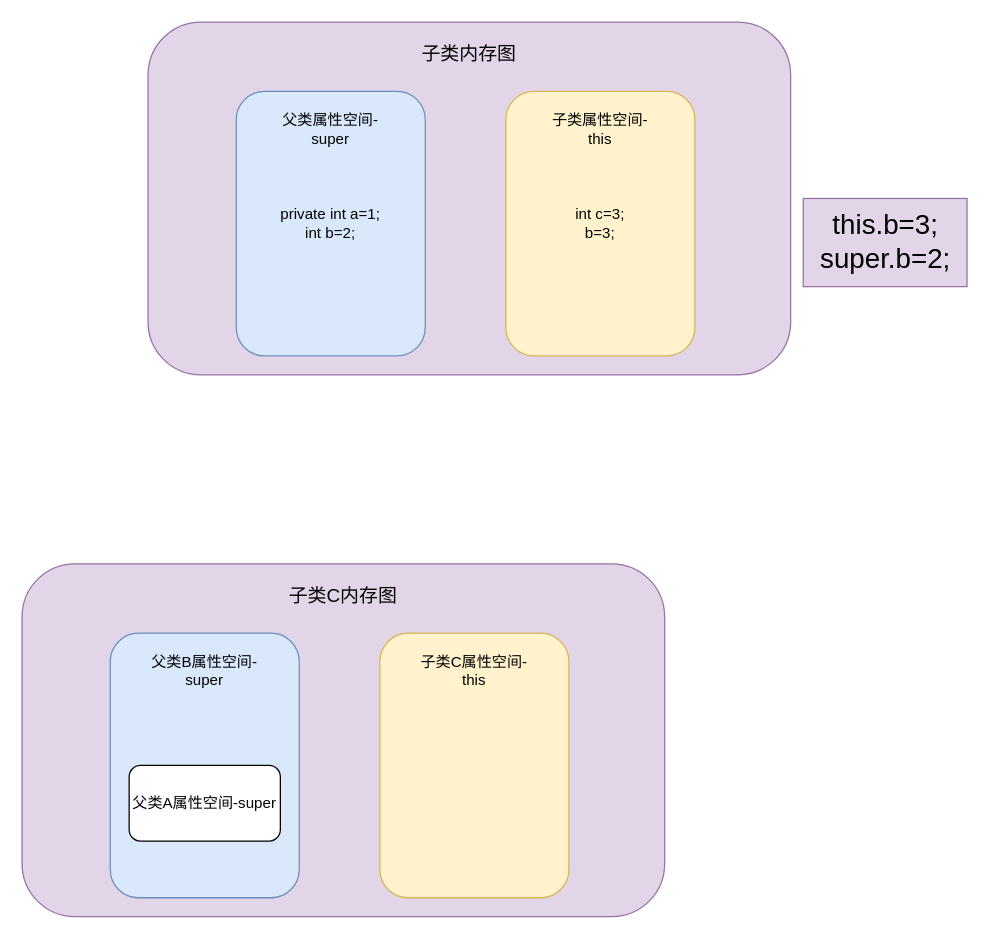
Earlier version of the draw.io diagram 未命名绘图.drawio (simeixue/drawGraph). Source tidied: cells renumbered, new cells numbered last; positions are measured from the earlier drawing's top-left corner, leaving out a move shared by most shapes. Both pictures are drawn from the tidied source at 126%, with x=0, y=0 at pixel (21, 21).
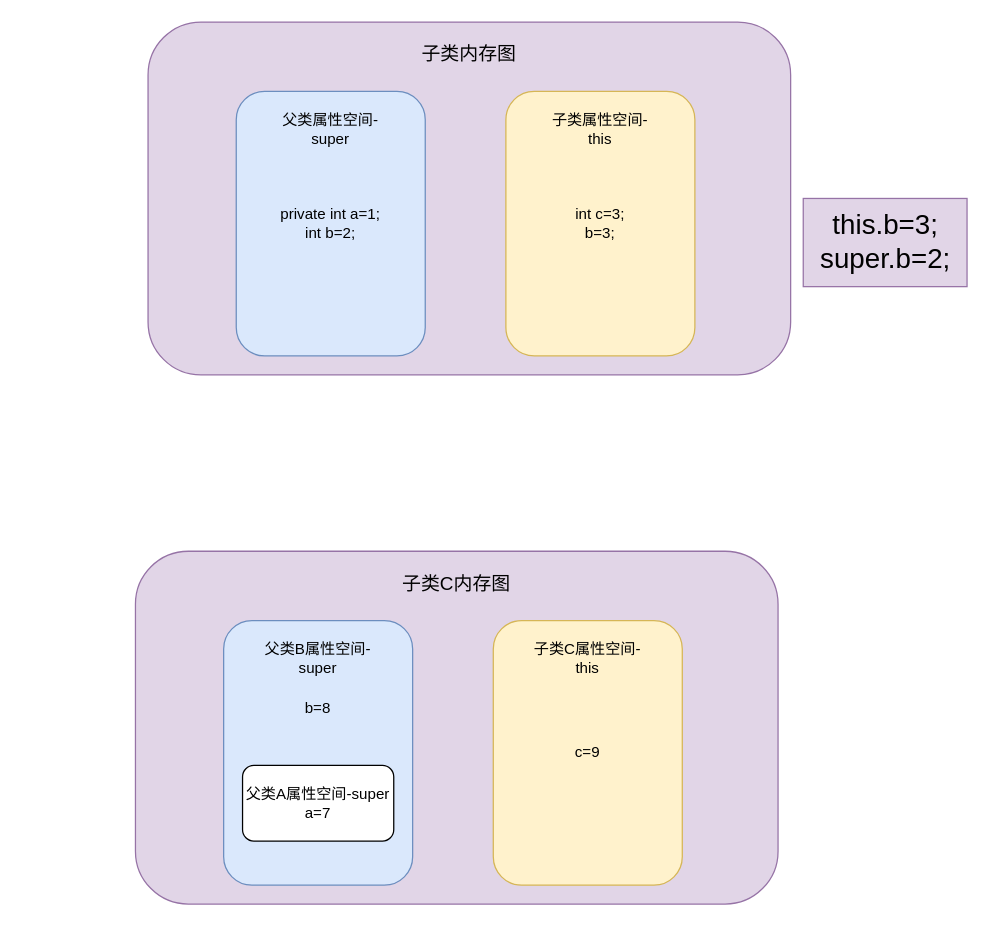
After the change.

Change to the diagram source:
```diff
@@
 <mxGraphModel>
   <root>
     <mxCell id="0" />
     <mxCell id="1" parent="0" />
     <mxCell id="2" style="rounded=1;whiteSpace=wrap;html=1;fillColor=#e1d5e7;strokeColor=#9673a6;" parent="1" vertex="1">
       <mxGeometry x="100" width="510" height="280" as="geometry" />
     </mxCell>
     <mxCell id="3" value="private int a=1;&lt;br&gt;int b=2;" style="rounded=1;whiteSpace=wrap;html=1;fillColor=#dae8fc;strokeColor=#6c8ebf;" parent="1" vertex="1">
       <mxGeometry x="170" y="55" width="150" height="210" as="geometry" />
     </mxCell>
     <mxCell id="4" value="int c=3;&lt;br&gt;b=3;" style="rounded=1;whiteSpace=wrap;html=1;fillColor=#fff2cc;strokeColor=#d6b656;" parent="1" vertex="1">
       <mxGeometry x="384" y="55" width="150" height="210" as="geometry" />
     </mxCell>
     <mxCell id="5" value="&lt;font style=&quot;font-size: 15px;&quot;&gt;子类内存图&lt;/font&gt;" style="text;html=1;strokeColor=none;fillColor=none;align=center;verticalAlign=middle;whiteSpace=wrap;rounded=0;" parent="1" vertex="1">
       <mxGeometry x="300" y="10" width="110" height="30" as="geometry" />
     </mxCell>
     <mxCell id="6" value="父类属性空间-super" style="text;html=1;strokeColor=none;fillColor=none;align=center;verticalAlign=middle;whiteSpace=wrap;rounded=0;" parent="1" vertex="1">
       <mxGeometry x="200" y="70" width="90" height="30" as="geometry" />
     </mxCell>
     <mxCell id="7" value="子类属性空间-this" style="text;html=1;strokeColor=none;fillColor=none;align=center;verticalAlign=middle;whiteSpace=wrap;rounded=0;" parent="1" vertex="1">
       <mxGeometry x="414" y="70" width="90" height="30" as="geometry" />
     </mxCell>
     <mxCell id="8" value="&lt;font style=&quot;font-size: 22px;&quot;&gt;this.b=3;&lt;br&gt;super.b=2;&lt;/font&gt;" style="text;html=1;align=center;verticalAlign=middle;strokeColor=#9673a6;fillColor=#e1d5e7;" parent="1" vertex="1">
       <mxGeometry x="620" y="140" width="130" height="70" as="geometry" />
     </mxCell>
     <mxCell id="9" style="rounded=1;whiteSpace=wrap;html=1;fillColor=#e1d5e7;strokeColor=#9673a6;" parent="1" vertex="1">
-      <mxGeometry y="430" width="510" height="280" as="geometry" />
+      <mxGeometry x="90" y="420" width="510" height="280" as="geometry" />
     </mxCell>
     <mxCell id="10" style="rounded=1;whiteSpace=wrap;html=1;fillColor=#dae8fc;strokeColor=#6c8ebf;" parent="1" vertex="1">
-      <mxGeometry x="70" y="485" width="150" height="210" as="geometry" />
+      <mxGeometry x="160" y="475" width="150" height="210" as="geometry" />
     </mxCell>
-    <mxCell id="11" style="rounded=1;whiteSpace=wrap;html=1;fillColor=#fff2cc;strokeColor=#d6b656;" parent="1" vertex="1">
-      <mxGeometry x="284" y="485" width="150" height="210" as="geometry" />
+    <mxCell id="11" value="c=9" style="rounded=1;whiteSpace=wrap;html=1;fillColor=#fff2cc;strokeColor=#d6b656;" parent="1" vertex="1">
+      <mxGeometry x="374" y="475" width="150" height="210" as="geometry" />
     </mxCell>
     <mxCell id="12" value="&lt;font style=&quot;font-size: 15px;&quot;&gt;子类C内存图&lt;/font&gt;" style="text;html=1;strokeColor=none;fillColor=none;align=center;verticalAlign=middle;whiteSpace=wrap;rounded=0;" parent="1" vertex="1">
-      <mxGeometry x="200" y="440" width="110" height="30" as="geometry" />
+      <mxGeometry x="290" y="430" width="110" height="30" as="geometry" />
     </mxCell>
     <mxCell id="13" value="父类B属性空间-super" style="text;html=1;strokeColor=none;fillColor=none;align=center;verticalAlign=middle;whiteSpace=wrap;rounded=0;" parent="1" vertex="1">
-      <mxGeometry x="100" y="500" width="90" height="30" as="geometry" />
+      <mxGeometry x="190" y="490" width="90" height="30" as="geometry" />
     </mxCell>
     <mxCell id="14" value="子类C属性空间-this" style="text;html=1;strokeColor=none;fillColor=none;align=center;verticalAlign=middle;whiteSpace=wrap;rounded=0;" parent="1" vertex="1">
-      <mxGeometry x="314" y="500" width="90" height="30" as="geometry" />
+      <mxGeometry x="404" y="490" width="90" height="30" as="geometry" />
     </mxCell>
-    <mxCell id="15" value="父类A属性空间-super" style="rounded=1;whiteSpace=wrap;html=1;" parent="1" vertex="1">
-      <mxGeometry x="85" y="590" width="120" height="60" as="geometry" />
+    <mxCell id="15" value="父类A属性空间-super&lt;br&gt;a=7" style="rounded=1;whiteSpace=wrap;html=1;" parent="1" vertex="1">
+      <mxGeometry x="175" y="590" width="120" height="60" as="geometry" />
     </mxCell>
+    <mxCell id="16" value="b=8" style="text;html=1;strokeColor=none;fillColor=none;align=center;verticalAlign=middle;whiteSpace=wrap;rounded=0;" parent="1" vertex="1">
+      <mxGeometry x="205" y="530" width="60" height="30" as="geometry" />
+    </mxCell>
   </root>
 </mxGraphModel>
```
